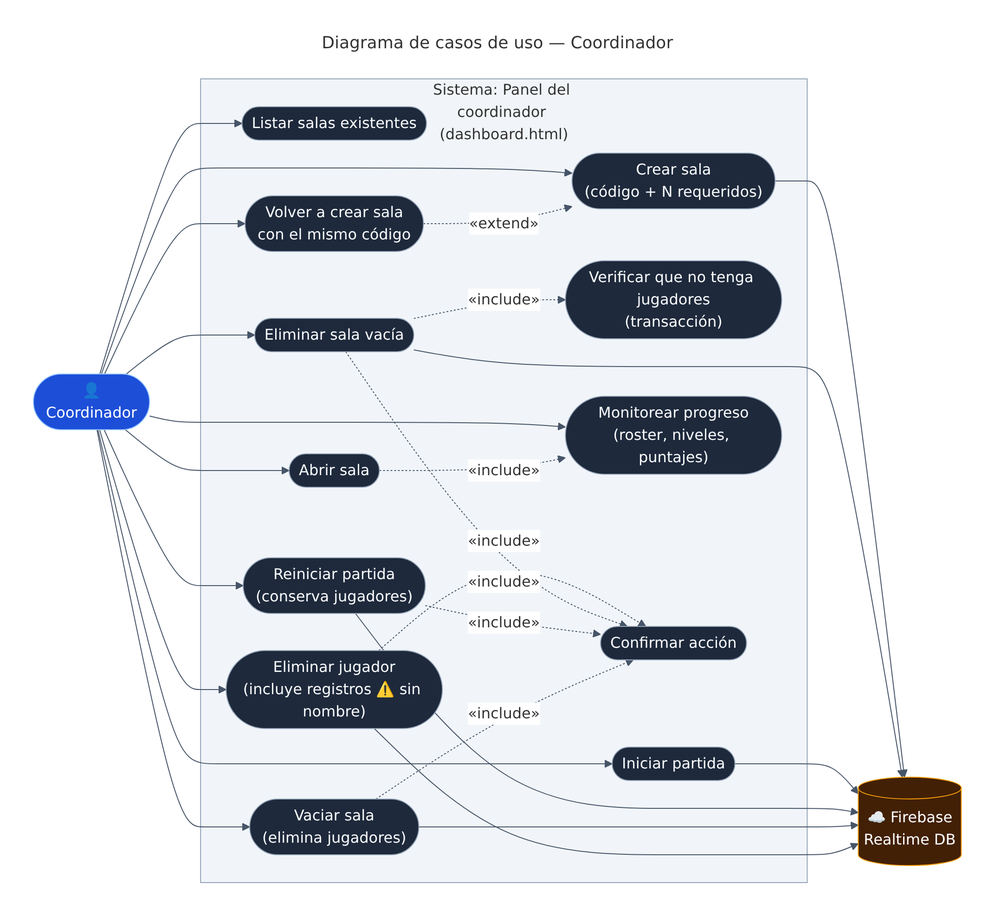
morphine75/escape_room keeps this Mermaid diagram as docs/diagramas/04b-casos-de-uso-coordinador.png. Above is the earlier version. Its source is kept beside it as docs/diagramas/fuentes/04b-casos-de-uso-coordinador.mmd.
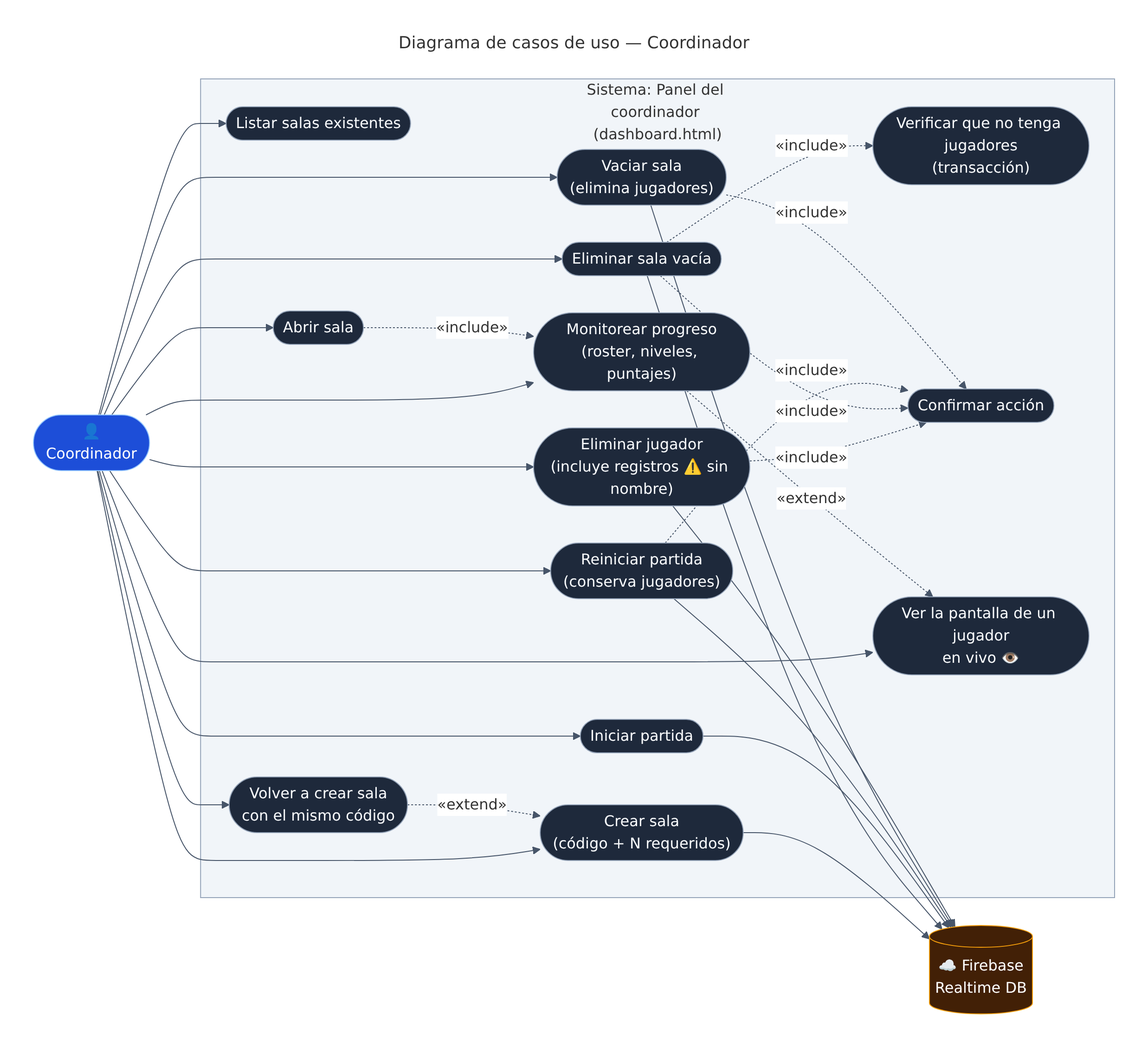
Later version of the same file.

Diff of the diagram source:
```diff
@@ -18,11 +18,13 @@
     U9(["Vaciar sala<br/>(elimina jugadores)"])
     U10(["Confirmar acción"])
     U11(["Eliminar jugador<br/>(incluye registros ⚠️ sin nombre)"])
+    U12(["Ver la pantalla de un jugador<br/>en vivo 👁️"])
   end
 
   FB[("☁️ Firebase<br/>Realtime DB")]
 
-  C --- U1 & U2 & U3 & U4 & U5 & U6 & U7 & U8 & U9 & U11
+  C --- U1 & U2 & U3 & U4 & U5 & U6 & U7 & U8 & U9 & U11 & U12
+  U7 -. "«extend»" .-> U12
   U11 -. "«include»" .-> U10
   U4 -. "«include»" .-> U4a
   U4 -. "«include»" .-> U10
@@ -37,4 +39,4 @@
   classDef db fill:#422006,stroke:#f59e0b,color:#fff
   class C actor
   class FB db
-  class U1,U2,U3,U4,U4a,U5,U6,U7,U8,U9,U10,U11 uc
+  class U1,U2,U3,U4,U4a,U5,U6,U7,U8,U9,U10,U11,U12 uc
```
